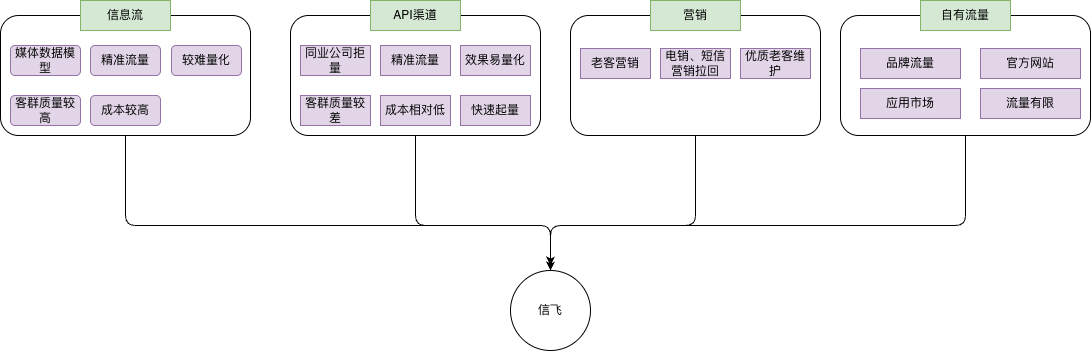
The draw.io diagram 流量来源.png in yuanlj-tea/picgo, before a commit. Source tidied: cells renumbered, new cells last; positions are measured from the earlier drawing's top-left corner, leaving out a move shared by most shapes.
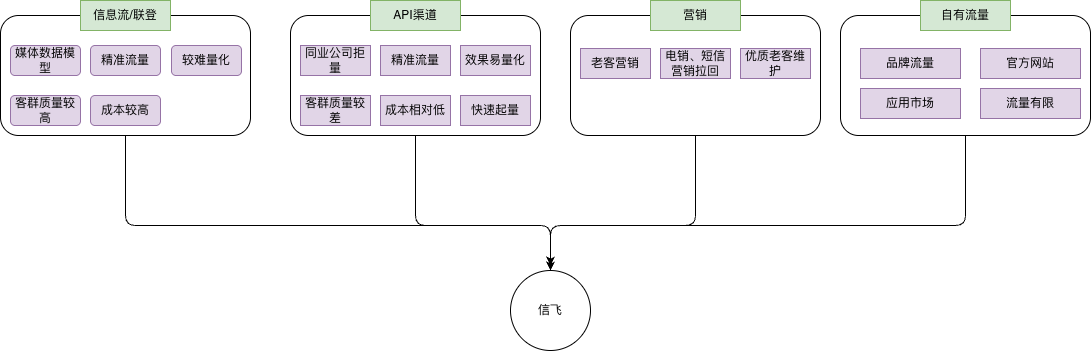
After the commit.

Commit message:
更新流量来源.png

What changed in the source:
```diff
@@ -16,7 +16,7 @@
     <mxCell id="4" style="rounded=1;whiteSpace=wrap;html=1;" parent="1" vertex="1">
       <mxGeometry y="15" width="250" height="120" as="geometry" />
     </mxCell>
-    <mxCell id="5" value="信息流" style="rounded=0;whiteSpace=wrap;html=1;fillColor=#d5e8d4;strokeColor=#82b366;" parent="1" vertex="1">
+    <mxCell id="5" value="信息流/联登" style="rounded=0;whiteSpace=wrap;html=1;fillColor=#d5e8d4;strokeColor=#82b366;" parent="1" vertex="1">
       <mxGeometry x="80" width="90" height="30" as="geometry" />
     </mxCell>
     <mxCell id="6" style="edgeStyle=orthogonalEdgeStyle;shape=connector;curved=0;rounded=1;jettySize=auto;html=1;strokeColor=default;align=center;verticalAlign=middle;fontFamily=Helvetica;fontSize=11;fontColor=default;labelBackgroundColor=default;endArrow=classic;" parent="1" edge="1" source="7">
```
